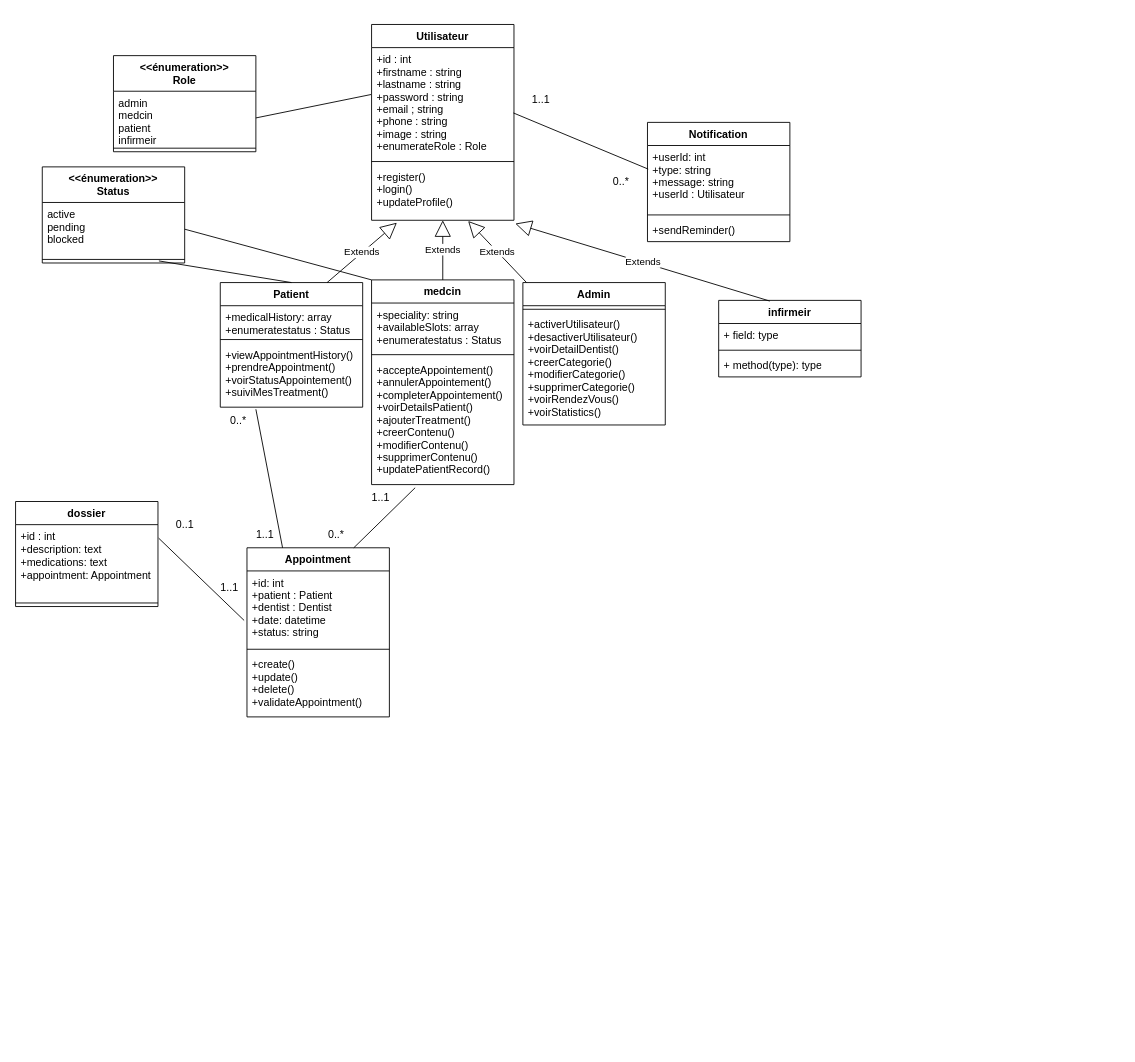
The draw.io diagram Conception/DC.drawio in AmeksaKhadija/CareFlow, before the edit. Source tidied: cells renumbered, new cells numbered last; positions are measured from the earlier drawing's top-left corner, leaving out a move shared by most shapes. Both pictures are drawn from the tidied source at 89%, with x=0, y=0 at pixel (15, 24).
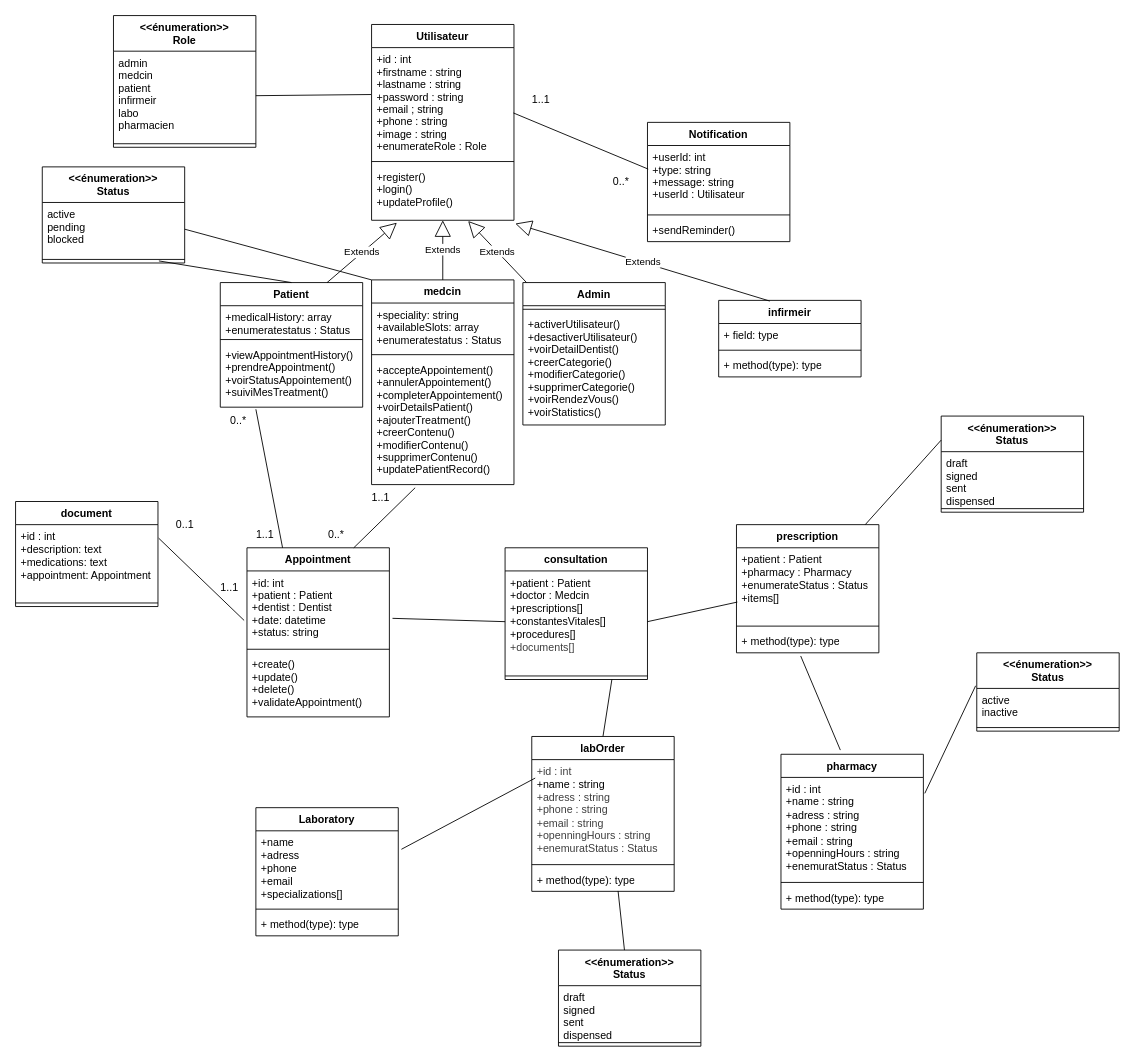
The same diagram, later.

The change refers to these unchanged cells:
```xml
<mxCell id="10" value="+id: int&#10;+patient : Patient&#10;+dentist : Dentist&#10;+date: datetime&#10;+status: string" style="text;strokeColor=none;fillColor=none;align=left;verticalAlign=top;spacingLeft=4;spacingRight=4;overflow=hidden;points=[[0,0.5],[1,0.5]];portConstraint=eastwest;" parent="9" vertex="1">
  <mxGeometry y="26" width="160" height="84" as="geometry" />
</mxCell>
```

What changed in the source:
```diff
@@
     <mxCell id="6" value="&lt;&lt;énumeration&gt;&gt;&#10;Role" style="swimlane;fontStyle=1;align=center;verticalAlign=top;horizontal=1;startSize=40;" parent="1" vertex="1">
-      <mxGeometry x="110" y="35" width="160" height="108" as="geometry" />
+      <mxGeometry x="110" y="-10" width="160" height="148" as="geometry" />
     </mxCell>
-    <mxCell id="7" value="admin&#10;medcin&#10;patient&#10;infirmeir" style="text;strokeColor=none;fillColor=none;align=left;verticalAlign=top;spacingLeft=4;spacingRight=4;overflow=hidden;points=[[0,0.5],[1,0.5]];portConstraint=eastwest;" parent="6" vertex="1">
-      <mxGeometry y="40" width="160" height="60" as="geometry" />
+    <mxCell id="7" value="admin&#10;medcin&#10;patient&#10;infirmeir&#10;labo&#10;pharmacien" style="text;strokeColor=none;fillColor=none;align=left;verticalAlign=top;spacingLeft=4;spacingRight=4;overflow=hidden;points=[[0,0.5],[1,0.5]];portConstraint=eastwest;" parent="6" vertex="1">
+      <mxGeometry y="40" width="160" height="100" as="geometry" />
     </mxCell>
     <mxCell id="8" style="line;strokeWidth=1;fillColor=none;align=left;verticalAlign=middle;spacingTop=-1;spacingLeft=3;spacingRight=3;labelPosition=right;strokeColor=inherit;" parent="6" vertex="1">
-      <mxGeometry y="100" width="160" height="8" as="geometry" />
+      <mxGeometry y="140" width="160" height="8" as="geometry" />
     </mxCell>
@@
-    <mxCell id="46" value="dossier" style="swimlane;fontStyle=1;align=center;verticalAlign=top;horizontal=1;startSize=26;whiteSpace=wrap;html=1;" parent="1" vertex="1">
+    <mxCell id="46" value="document" style="swimlane;fontStyle=1;align=center;verticalAlign=top;horizontal=1;startSize=26;whiteSpace=wrap;html=1;" parent="1" vertex="1">
       <mxGeometry y="536" width="160" height="118" as="geometry" />
     </mxCell>
@@
+    <mxCell id="57" value="consultation" style="swimlane;fontStyle=1;align=center;verticalAlign=top;horizontal=1;startSize=26;whiteSpace=wrap;html=1;" parent="1" vertex="1">
+      <mxGeometry x="550" y="588" width="160" height="148" as="geometry" />
+    </mxCell>
+    <mxCell id="58" value="+patient : Patient&lt;div&gt;+doctor : Medcin&lt;/div&gt;&lt;div&gt;+prescriptions[] +constantesVitales[] +procedures[]&lt;/div&gt;&lt;div&gt;&lt;span style=&quot;color: rgb(63, 63, 63); background-color: transparent;&quot;&gt;+documents[]&lt;/span&gt;&lt;/div&gt;" style="text;strokeColor=none;fillColor=none;align=left;verticalAlign=top;spacingLeft=4;spacingRight=4;overflow=hidden;points=[[0,0.5],[1,0.5]];portConstraint=eastwest;whiteSpace=wrap;html=1;" parent="57" vertex="1">
+      <mxGeometry y="26" width="160" height="114" as="geometry" />
+    </mxCell>
+    <mxCell id="59" style="line;strokeWidth=1;fillColor=none;align=left;verticalAlign=middle;spacingTop=-1;spacingLeft=3;spacingRight=3;labelPosition=right;strokeColor=inherit;" parent="57" vertex="1">
+      <mxGeometry y="140" width="160" height="8" as="geometry" />
+    </mxCell>
+    <mxCell id="60" style="endArrow=none;html=1;exitX=1.022;exitY=0.634;exitDx=0;exitDy=0;exitPerimeter=0;entryX=0;entryY=0.5;entryDx=0;entryDy=0;" parent="1" edge="1" source="10" target="58">
+      <mxGeometry relative="1" as="geometry" />
+    </mxCell>
+    <mxCell id="61" value="prescription" style="swimlane;fontStyle=1;align=center;verticalAlign=top;horizontal=1;startSize=26;whiteSpace=wrap;html=1;" parent="1" vertex="1">
+      <mxGeometry x="810" y="562" width="160" height="144" as="geometry" />
+    </mxCell>
+    <mxCell id="62" value="+patient : Patient&lt;div&gt;&lt;font color=&quot;#000000&quot;&gt;+pharmacy : Pharmacy&lt;/font&gt;&lt;/div&gt;&lt;div&gt;&lt;div&gt;&lt;font color=&quot;#000000&quot;&gt;+enumerateStatus : Status&lt;/font&gt;&lt;/div&gt;&lt;/div&gt;&lt;div&gt;&lt;font color=&quot;#000000&quot;&gt;+items[]&lt;/font&gt;&lt;/div&gt;" style="text;strokeColor=none;fillColor=none;align=left;verticalAlign=top;spacingLeft=4;spacingRight=4;overflow=hidden;points=[[0,0.5],[1,0.5]];portConstraint=eastwest;whiteSpace=wrap;html=1;" parent="61" vertex="1">
+      <mxGeometry y="26" width="160" height="84" as="geometry" />
+    </mxCell>
+    <mxCell id="63" style="line;strokeWidth=1;fillColor=none;align=left;verticalAlign=middle;spacingTop=-1;spacingLeft=3;spacingRight=3;labelPosition=right;strokeColor=inherit;" parent="61" vertex="1">
+      <mxGeometry y="110" width="160" height="8" as="geometry" />
+    </mxCell>
+    <mxCell id="64" value="+ method(type): type" style="text;strokeColor=none;fillColor=none;align=left;verticalAlign=top;spacingLeft=4;spacingRight=4;overflow=hidden;points=[[0,0.5],[1,0.5]];portConstraint=eastwest;whiteSpace=wrap;html=1;" parent="61" vertex="1">
+      <mxGeometry y="118" width="160" height="26" as="geometry" />
+    </mxCell>
+    <mxCell id="65" value="&lt;&lt;énumeration&gt;&gt;&#10;Status" style="swimlane;fontStyle=1;align=center;verticalAlign=top;horizontal=1;startSize=40;" parent="1" vertex="1">
+      <mxGeometry x="1040" y="440" width="160" height="108" as="geometry" />
+    </mxCell>
+    <mxCell id="66" value="draft&#10;signed&#10;sent&#10;dispensed" style="text;strokeColor=none;fillColor=none;align=left;verticalAlign=top;spacingLeft=4;spacingRight=4;overflow=hidden;" parent="65" vertex="1">
+      <mxGeometry y="40" width="160" height="60" as="geometry" />
+    </mxCell>
+    <mxCell id="67" style="line;strokeWidth=1;fillColor=none;align=left;verticalAlign=middle;spacingTop=-1;spacingLeft=3;spacingRight=3;labelPosition=right;strokeColor=inherit;" parent="65" vertex="1">
+      <mxGeometry y="100" width="160" height="8" as="geometry" />
+    </mxCell>
+    <mxCell id="68" style="endArrow=none;html=1;entryX=0;entryY=0.25;entryDx=0;entryDy=0;" parent="1" edge="1" source="61" target="65">
+      <mxGeometry relative="1" as="geometry" />
+    </mxCell>
+    <mxCell id="69" style="endArrow=none;html=1;exitX=1;exitY=0.5;exitDx=0;exitDy=0;entryX=0.006;entryY=0.726;entryDx=0;entryDy=0;entryPerimeter=0;" parent="1" edge="1" source="58" target="62">
+      <mxGeometry relative="1" as="geometry" />
+    </mxCell>
+    <mxCell id="70" value="pharmacy" style="swimlane;fontStyle=1;align=center;verticalAlign=top;horizontal=1;startSize=26;whiteSpace=wrap;html=1;" parent="1" vertex="1">
+      <mxGeometry x="860" y="820" width="160" height="174" as="geometry" />
+    </mxCell>
+    <mxCell id="71" value="&lt;div&gt;+id : int&lt;/div&gt;+name : string&lt;div&gt;+adress : string&lt;/div&gt;&lt;div&gt;+phone : string&lt;/div&gt;&lt;div&gt;+email : string&lt;/div&gt;&lt;div&gt;+openningHours : string&lt;/div&gt;&lt;div&gt;+enemuratStatus : Status&lt;/div&gt;" style="text;strokeColor=none;fillColor=none;align=left;verticalAlign=top;spacingLeft=4;spacingRight=4;overflow=hidden;points=[[0,0.5],[1,0.5]];portConstraint=eastwest;whiteSpace=wrap;html=1;" parent="70" vertex="1">
+      <mxGeometry y="26" width="160" height="114" as="geometry" />
+    </mxCell>
+    <mxCell id="72" style="line;strokeWidth=1;fillColor=none;align=left;verticalAlign=middle;spacingTop=-1;spacingLeft=3;spacingRight=3;labelPosition=right;strokeColor=inherit;" parent="70" vertex="1">
+      <mxGeometry y="140" width="160" height="8" as="geometry" />
+    </mxCell>
+    <mxCell id="73" value="+ method(type): type" style="text;strokeColor=none;fillColor=none;align=left;verticalAlign=top;spacingLeft=4;spacingRight=4;overflow=hidden;whiteSpace=wrap;html=1;" parent="70" vertex="1">
+      <mxGeometry y="148" width="160" height="26" as="geometry" />
+    </mxCell>
+    <mxCell id="74" style="endArrow=none;html=1;exitX=0.417;exitY=-0.027;exitDx=0;exitDy=0;exitPerimeter=0;entryX=0.451;entryY=1.137;entryDx=0;entryDy=0;entryPerimeter=0;" parent="1" edge="1" source="70" target="64">
+      <mxGeometry relative="1" as="geometry" />
+    </mxCell>
+    <mxCell id="75" value="labOrder" style="swimlane;fontStyle=1;align=center;verticalAlign=top;horizontal=1;startSize=26;whiteSpace=wrap;html=1;" parent="1" vertex="1">
+      <mxGeometry x="580" y="800" width="160" height="174" as="geometry" />
+    </mxCell>
+    <mxCell id="76" value="&lt;div style=&quot;color: rgb(63, 63, 63); scrollbar-color: rgb(226, 226, 226) rgb(251, 251, 251);&quot;&gt;+id : int&lt;/div&gt;&lt;span style=&quot;color: rgb(0, 0, 0);&quot;&gt;+name : string&lt;/span&gt;&lt;div style=&quot;color: rgb(63, 63, 63); scrollbar-color: rgb(226, 226, 226) rgb(251, 251, 251);&quot;&gt;+adress : string&lt;/div&gt;&lt;div style=&quot;color: rgb(63, 63, 63); scrollbar-color: rgb(226, 226, 226) rgb(251, 251, 251);&quot;&gt;+phone : string&lt;/div&gt;&lt;div style=&quot;color: rgb(63, 63, 63); scrollbar-color: rgb(226, 226, 226) rgb(251, 251, 251);&quot;&gt;+email : string&lt;/div&gt;&lt;div style=&quot;color: rgb(63, 63, 63); scrollbar-color: rgb(226, 226, 226) rgb(251, 251, 251);&quot;&gt;+openningHours : string&lt;/div&gt;&lt;div style=&quot;color: rgb(63, 63, 63); scrollbar-color: rgb(226, 226, 226) rgb(251, 251, 251);&quot;&gt;+enemuratStatus : Status&lt;/div&gt;" style="text;strokeColor=none;fillColor=none;align=left;verticalAlign=top;spacingLeft=4;spacingRight=4;overflow=hidden;points=[[0,0.5],[1,0.5]];portConstraint=eastwest;whiteSpace=wrap;html=1;" parent="75" vertex="1">
+      <mxGeometry y="26" width="160" height="114" as="geometry" />
+    </mxCell>
+    <mxCell id="77" style="line;strokeWidth=1;fillColor=none;align=left;verticalAlign=middle;spacingTop=-1;spacingLeft=3;spacingRight=3;labelPosition=right;strokeColor=inherit;" parent="75" vertex="1">
+      <mxGeometry y="140" width="160" height="8" as="geometry" />
+    </mxCell>
+    <mxCell id="78" value="+ method(type): type" style="text;strokeColor=none;fillColor=none;align=left;verticalAlign=top;spacingLeft=4;spacingRight=4;overflow=hidden;points=[[0,0.5],[1,0.5]];portConstraint=eastwest;whiteSpace=wrap;html=1;" parent="75" vertex="1">
+      <mxGeometry y="148" width="160" height="26" as="geometry" />
+    </mxCell>
+    <mxCell id="79" style="endArrow=none;html=1;exitX=0.5;exitY=0;exitDx=0;exitDy=0;entryX=0.75;entryY=1;entryDx=0;entryDy=0;" parent="1" edge="1" source="75" target="57">
+      <mxGeometry relative="1" as="geometry" />
+    </mxCell>
+    <mxCell id="80" value="&lt;&lt;énumeration&gt;&gt;&#10;Status" style="swimlane;fontStyle=1;align=center;verticalAlign=top;horizontal=1;startSize=40;" parent="1" vertex="1">
+      <mxGeometry x="1080" y="706" width="160" height="88" as="geometry" />
+    </mxCell>
+    <mxCell id="81" value="active&#10;inactive" style="text;strokeColor=none;fillColor=none;align=left;verticalAlign=top;spacingLeft=4;spacingRight=4;overflow=hidden;points=[[0,0.5],[1,0.5]];portConstraint=eastwest;" parent="80" vertex="1">
+      <mxGeometry y="40" width="160" height="40" as="geometry" />
+    </mxCell>
+    <mxCell id="82" style="line;strokeWidth=1;fillColor=none;align=left;verticalAlign=middle;spacingTop=-1;spacingLeft=3;spacingRight=3;labelPosition=right;strokeColor=inherit;" parent="80" vertex="1">
+      <mxGeometry y="80" width="160" height="8" as="geometry" />
+    </mxCell>
+    <mxCell id="83" style="endArrow=none;html=1;exitX=1.01;exitY=0.157;exitDx=0;exitDy=0;exitPerimeter=0;entryX=-0.008;entryY=-0.074;entryDx=0;entryDy=0;entryPerimeter=0;" parent="1" edge="1" source="71" target="81">
+      <mxGeometry relative="1" as="geometry" />
+    </mxCell>
+    <mxCell id="84" value="&lt;&lt;énumeration&gt;&gt;&#10;Status" style="swimlane;fontStyle=1;align=center;verticalAlign=top;horizontal=1;startSize=40;" parent="1" vertex="1">
+      <mxGeometry x="610" y="1040" width="160" height="108" as="geometry" />
+    </mxCell>
+    <mxCell id="85" value="draft&#10;signed&#10;sent&#10;dispensed" style="text;strokeColor=none;fillColor=none;align=left;verticalAlign=top;spacingLeft=4;spacingRight=4;overflow=hidden;" parent="84" vertex="1">
+      <mxGeometry y="40" width="160" height="60" as="geometry" />
+    </mxCell>
+    <mxCell id="86" style="line;strokeWidth=1;fillColor=none;align=left;verticalAlign=middle;spacingTop=-1;spacingLeft=3;spacingRight=3;labelPosition=right;strokeColor=inherit;" parent="84" vertex="1">
+      <mxGeometry y="100" width="160" height="8" as="geometry" />
+    </mxCell>
+    <mxCell id="87" style="endArrow=none;html=1;entryX=0.606;entryY=0.984;entryDx=0;entryDy=0;entryPerimeter=0;" parent="1" edge="1" source="84" target="78">
+      <mxGeometry relative="1" as="geometry" />
+    </mxCell>
+    <mxCell id="88" value="Laboratory         " style="swimlane;fontStyle=1;align=center;verticalAlign=top;horizontal=1;startSize=26;whiteSpace=wrap;html=1;" parent="1" vertex="1">
+      <mxGeometry x="270" y="880" width="160" height="144" as="geometry" />
+    </mxCell>
+    <mxCell id="89" value="+name&lt;div&gt;+adress&lt;/div&gt;&lt;div&gt;+phone&lt;/div&gt;&lt;div&gt;+email&lt;/div&gt;&lt;div&gt;+specializations[]&lt;/div&gt;&lt;div&gt;&lt;br&gt;&lt;/div&gt;" style="text;strokeColor=none;fillColor=none;align=left;verticalAlign=top;spacingLeft=4;spacingRight=4;overflow=hidden;points=[[0,0.5],[1,0.5]];portConstraint=eastwest;whiteSpace=wrap;html=1;" parent="88" vertex="1">
+      <mxGeometry y="26" width="160" height="84" as="geometry" />
+    </mxCell>
+    <mxCell id="90" style="line;strokeWidth=1;fillColor=none;align=left;verticalAlign=middle;spacingTop=-1;spacingLeft=3;spacingRight=3;labelPosition=right;strokeColor=inherit;" parent="88" vertex="1">
+      <mxGeometry y="110" width="160" height="8" as="geometry" />
+    </mxCell>
+    <mxCell id="91" value="+ method(type): type" style="text;strokeColor=none;fillColor=none;align=left;verticalAlign=top;spacingLeft=4;spacingRight=4;overflow=hidden;whiteSpace=wrap;html=1;" parent="88" vertex="1">
+      <mxGeometry y="118" width="160" height="26" as="geometry" />
+    </mxCell>
+    <mxCell id="92" style="endArrow=none;html=1;exitX=1.022;exitY=0.247;exitDx=0;exitDy=0;exitPerimeter=0;entryX=0.024;entryY=0.182;entryDx=0;entryDy=0;entryPerimeter=0;" parent="1" edge="1" source="89" target="76">
+      <mxGeometry relative="1" as="geometry" />
+    </mxCell>
```
